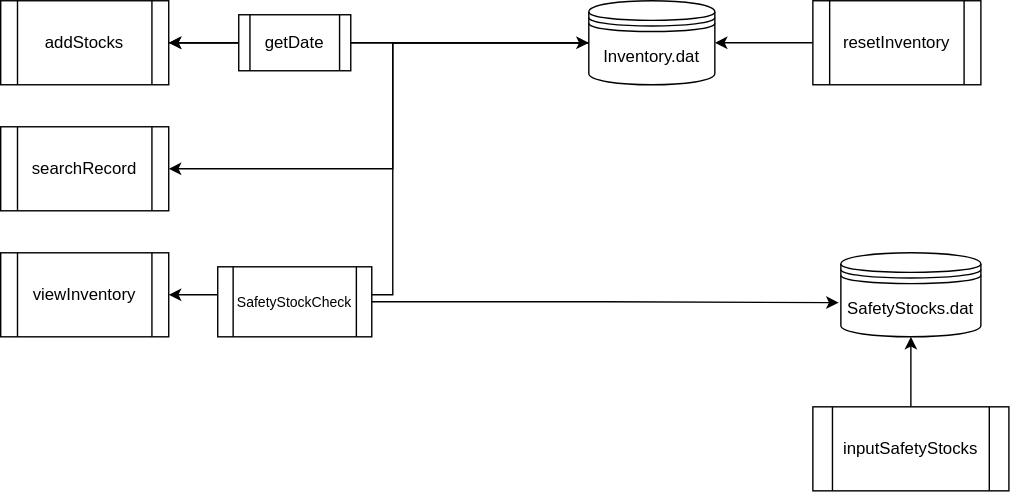
AllegoYuanPaolo/SC-Inventory-Project keeps this draw.io diagram as COBOL PROJECT Map.drawio.svg. Above is the earlier version. Source tidied: cells renumbered, new cells last; positions are measured from the earlier drawing's top-left corner, leaving out a move shared by most shapes.
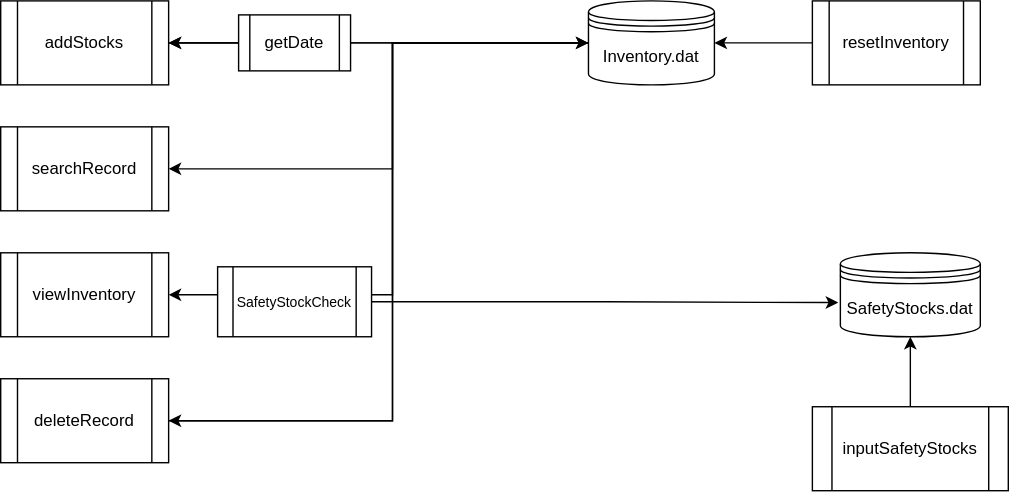
After the commit.

The edit, as a diff of the source:
```diff
@@ -27,6 +27,14 @@
         </Array>
       </mxGeometry>
     </mxCell>
+    <mxCell id="19" style="edgeStyle=orthogonalEdgeStyle;rounded=0;jettySize=auto;html=1;entryX=1;entryY=0.5;entryDx=0;entryDy=0;" parent="1" edge="1" source="7" target="21">
+      <mxGeometry relative="1" as="geometry">
+        <Array as="points">
+          <mxPoint x="280" y="30" />
+          <mxPoint x="280" y="300" />
+        </Array>
+      </mxGeometry>
+    </mxCell>
     <mxCell id="7" value="Inventory.dat" style="shape=datastore;whiteSpace=wrap;html=1;" parent="1" vertex="1">
       <mxGeometry x="420" width="90" height="60" as="geometry" />
     </mxCell>
@@ -63,5 +71,16 @@
     <mxCell id="18" style="edgeStyle=orthogonalEdgeStyle;rounded=0;jettySize=auto;html=1;entryX=-0.015;entryY=0.593;entryDx=0;entryDy=0;entryPerimeter=0;" parent="1" edge="1" source="17" target="10">
       <mxGeometry relative="1" as="geometry" />
     </mxCell>
+    <mxCell id="20" style="edgeStyle=orthogonalEdgeStyle;rounded=0;jettySize=auto;html=1;entryX=0;entryY=0.5;entryDx=0;entryDy=0;" parent="1" edge="1" source="21" target="7">
+      <mxGeometry relative="1" as="geometry">
+        <Array as="points">
+          <mxPoint x="280" y="300" />
+          <mxPoint x="280" y="30" />
+        </Array>
+      </mxGeometry>
+    </mxCell>
+    <mxCell id="21" value="deleteRecord" style="shape=process;whiteSpace=wrap;html=1;backgroundOutline=1;" parent="1" vertex="1">
+      <mxGeometry y="270" width="120" height="60" as="geometry" />
+    </mxCell>
   </root>
 </mxGraphModel>
```
